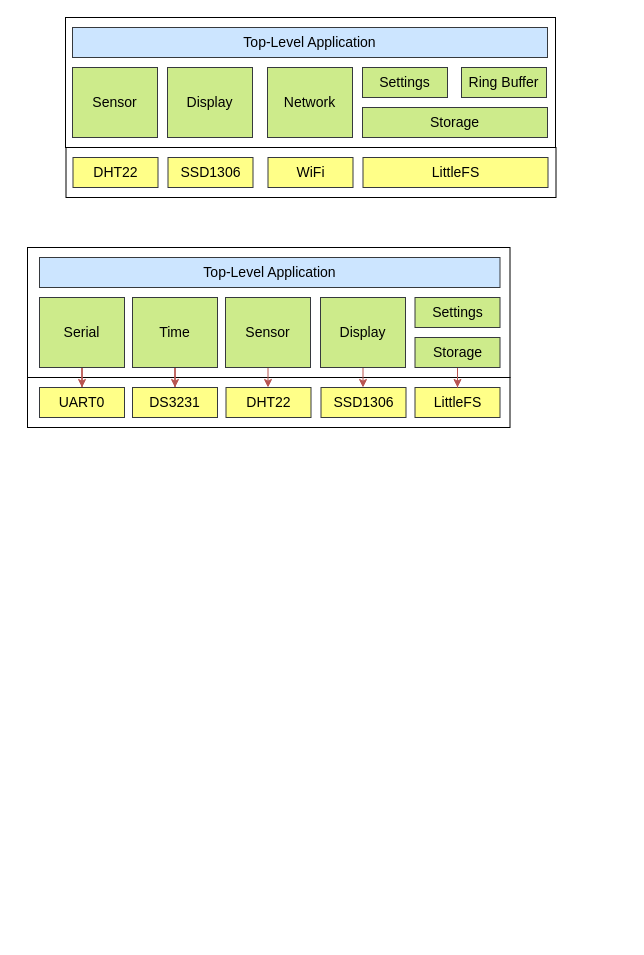
Before: page "firmware-architecture" (2 of 4) of weather-station.drawio in rosmianto/project-weather-station, a draw.io diagram. Source tidied: cells renumbered, new cells numbered last; positions are measured from the earlier drawing's top-left corner, leaving out a move shared by most shapes. Both pictures are drawn from the tidied source at 100%, with x=0, y=0 at pixel (27, 17).
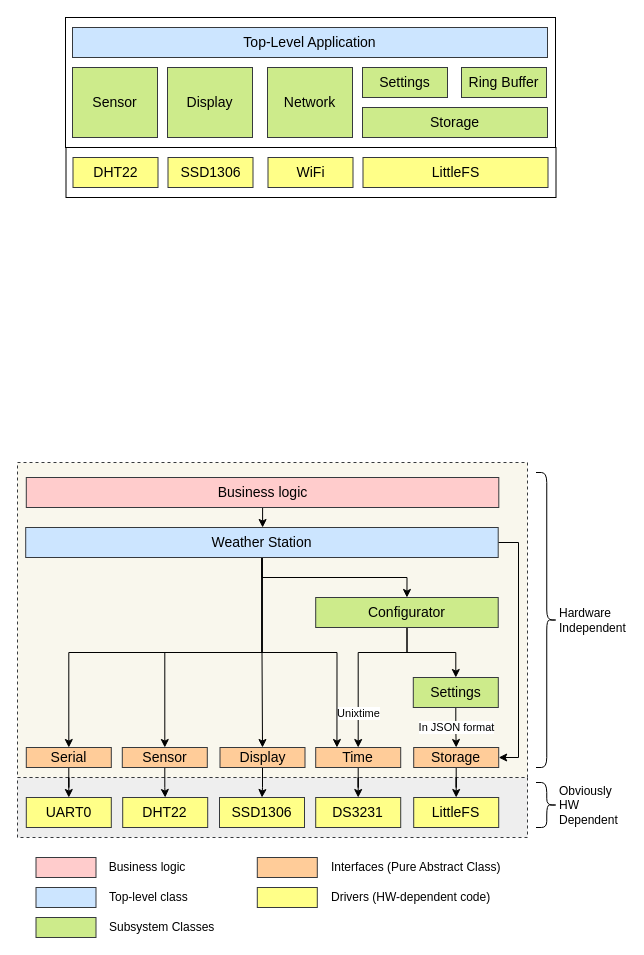
After the change.

The edit, as a diff of the source:
```diff
@@
+    <mxCell id="34" style="rounded=0;whiteSpace=wrap;html=1;dashed=1;fillColor=#eeeeee;strokeColor=#36393d;" parent="1" vertex="1">
+      <mxGeometry x="-10" y="760" width="510" height="60" as="geometry" />
+    </mxCell>
+    <mxCell id="35" style="rounded=0;whiteSpace=wrap;html=1;fillColor=#f9f7ed;dashed=1;strokeColor=#36393d;" parent="1" vertex="1">
+      <mxGeometry x="-10" y="445" width="510" height="315" as="geometry" />
+    </mxCell>
@@
-    <mxCell id="3" style="rounded=0;whiteSpace=wrap;html=1;fillColor=none;" parent="1" vertex="1">
-      <mxGeometry y="360" width="482.5" height="50" as="geometry" />
-    </mxCell>
@@
-    <mxCell id="16" style="rounded=0;whiteSpace=wrap;html=1;fillColor=none;" parent="1" vertex="1">
-      <mxGeometry y="230" width="482.5" height="130" as="geometry" />
-    </mxCell>
     <mxCell id="17" value="DHT22" style="rounded=0;whiteSpace=wrap;html=1;fillColor=#ffff88;strokeColor=#36393d;fontStyle=0;fontSize=14;" parent="1" vertex="1">
-      <mxGeometry x="198.5" y="370" width="85" height="30" as="geometry" />
+      <mxGeometry x="95.2" y="780" width="85" height="30" as="geometry" />
     </mxCell>
     <mxCell id="18" value="LittleFS" style="rounded=0;whiteSpace=wrap;html=1;fillColor=#ffff88;strokeColor=#36393d;fontStyle=0;fontSize=14;" parent="1" vertex="1">
-      <mxGeometry x="387.5" y="370" width="85" height="30" as="geometry" />
+      <mxGeometry x="386.2" y="780" width="85" height="30" as="geometry" />
     </mxCell>
     <mxCell id="19" value="SSD1306" style="rounded=0;whiteSpace=wrap;html=1;fillColor=#ffff88;strokeColor=#36393d;fontStyle=0;fontSize=14;" parent="1" vertex="1">
-      <mxGeometry x="293.5" y="370" width="85" height="30" as="geometry" />
+      <mxGeometry x="192" y="780" width="85" height="30" as="geometry" />
     </mxCell>
-    <mxCell id="20" style="edgeStyle=orthogonalEdgeStyle;rounded=0;jettySize=auto;html=1;entryX=0.5;entryY=0;entryDx=0;entryDy=0;fillColor=#f8cecc;strokeColor=#b85450;" parent="1" edge="1" source="21" target="17">
+    <mxCell id="20" style="edgeStyle=orthogonalEdgeStyle;rounded=0;jettySize=auto;html=1;entryX=0.5;entryY=0;entryDx=0;entryDy=0;fillColor=#f8cecc;strokeColor=#000000;" parent="1" edge="1" source="21" target="17">
       <mxGeometry relative="1" as="geometry" />
     </mxCell>
-    <mxCell id="21" value="Sensor" style="rounded=0;whiteSpace=wrap;html=1;fillColor=#cdeb8b;strokeColor=#36393d;fontStyle=0;fontSize=14;" parent="1" vertex="1">
-      <mxGeometry x="198" y="280" width="85" height="70" as="geometry" />
+    <mxCell id="21" value="Sensor" style="rounded=0;whiteSpace=wrap;html=1;fillColor=#ffcc99;strokeColor=#36393d;fontStyle=0;fontSize=14;" parent="1" vertex="1">
+      <mxGeometry x="94.8" y="730" width="85" height="20" as="geometry" />
     </mxCell>
-    <mxCell id="22" style="edgeStyle=orthogonalEdgeStyle;rounded=0;jettySize=auto;html=1;entryX=0.5;entryY=0;entryDx=0;entryDy=0;fillColor=#f8cecc;strokeColor=#b85450;" parent="1" edge="1" source="23" target="18">
+    <mxCell id="22" style="edgeStyle=orthogonalEdgeStyle;rounded=0;jettySize=auto;html=1;entryX=0.5;entryY=0;entryDx=0;entryDy=0;fillColor=#f8cecc;strokeColor=#000000;" parent="1" edge="1" source="23" target="18">
       <mxGeometry relative="1" as="geometry" />
     </mxCell>
-    <mxCell id="23" value="Storage" style="rounded=0;whiteSpace=wrap;html=1;fillColor=#cdeb8b;strokeColor=#36393d;fontStyle=0;fontSize=14;" parent="1" vertex="1">
-      <mxGeometry x="387.5" y="320" width="85" height="30" as="geometry" />
+    <mxCell id="23" value="Storage" style="rounded=0;whiteSpace=wrap;html=1;fontStyle=0;fontSize=14;fillStyle=solid;fillColor=#ffcc99;strokeColor=#36393d;" parent="1" vertex="1">
+      <mxGeometry x="386.2" y="730" width="85" height="20" as="geometry" />
     </mxCell>
-    <mxCell id="24" style="edgeStyle=orthogonalEdgeStyle;rounded=0;jettySize=auto;html=1;entryX=0.5;entryY=0;entryDx=0;entryDy=0;fillColor=#f8cecc;strokeColor=#b85450;" parent="1" edge="1" source="25" target="19">
+    <mxCell id="24" style="edgeStyle=orthogonalEdgeStyle;rounded=0;jettySize=auto;html=1;entryX=0.5;entryY=0;entryDx=0;entryDy=0;fillColor=#f8cecc;strokeColor=#000000;" parent="1" edge="1" source="25" target="19">
       <mxGeometry relative="1" as="geometry" />
     </mxCell>
-    <mxCell id="25" value="Display" style="rounded=0;whiteSpace=wrap;html=1;fillColor=#cdeb8b;strokeColor=#36393d;fontStyle=0;fontSize=14;" parent="1" vertex="1">
-      <mxGeometry x="293" y="280" width="85" height="70" as="geometry" />
+    <mxCell id="25" value="Display" style="rounded=0;whiteSpace=wrap;html=1;fillColor=#ffcc99;strokeColor=#36393d;fontStyle=0;fontSize=14;" parent="1" vertex="1">
+      <mxGeometry x="192.5" y="730" width="85" height="20" as="geometry" />
     </mxCell>
+    <mxCell id="36" style="edgeStyle=orthogonalEdgeStyle;rounded=0;jettySize=auto;html=1;entryX=0.5;entryY=0;entryDx=0;entryDy=0;" parent="1" edge="1" source="26" target="47">
+      <mxGeometry relative="1" as="geometry" />
+    </mxCell>
-    <mxCell id="26" value="Top-Level Application" style="rounded=0;whiteSpace=wrap;html=1;fillColor=#cce5ff;strokeColor=#36393d;fontStyle=0;fontSize=14;" parent="1" vertex="1">
-      <mxGeometry x="12" y="240" width="460.5" height="30" as="geometry" />
+    <mxCell id="26" value="Business logic" style="rounded=0;whiteSpace=wrap;html=1;fillColor=#ffcccc;strokeColor=#36393d;fontStyle=0;fontSize=14;" parent="1" vertex="1">
+      <mxGeometry x="-1.2" y="460" width="472.5" height="30" as="geometry" />
     </mxCell>
+    <mxCell id="37" value="In JSON format" style="edgeStyle=orthogonalEdgeStyle;rounded=0;jettySize=auto;html=1;entryX=0.5;entryY=0;entryDx=0;entryDy=0;" parent="1" edge="1" source="27" target="23">
+      <mxGeometry relative="1" as="geometry" />
+    </mxCell>
     <mxCell id="27" value="Settings" style="rounded=0;whiteSpace=wrap;html=1;fillColor=#cdeb8b;strokeColor=#36393d;fontStyle=0;fontSize=14;" parent="1" vertex="1">
-      <mxGeometry x="387.5" y="280" width="85" height="30" as="geometry" />
+      <mxGeometry x="385.8" y="660" width="85" height="30" as="geometry" />
     </mxCell>
-    <mxCell id="28" style="edgeStyle=orthogonalEdgeStyle;rounded=0;jettySize=auto;html=1;entryX=0.5;entryY=0;entryDx=0;entryDy=0;fillColor=#f8cecc;strokeColor=#b85450;" parent="1" edge="1" source="29" target="30">
+    <mxCell id="28" style="edgeStyle=orthogonalEdgeStyle;rounded=0;jettySize=auto;html=1;entryX=0.5;entryY=0;entryDx=0;entryDy=0;fillColor=#f8cecc;strokeColor=#000000;" parent="1" edge="1" source="29" target="30">
       <mxGeometry relative="1" as="geometry" />
     </mxCell>
-    <mxCell id="29" value="Time" style="rounded=0;whiteSpace=wrap;html=1;fillColor=#cdeb8b;strokeColor=#36393d;fontStyle=0;fontSize=14;" parent="1" vertex="1">
-      <mxGeometry x="105" y="280" width="85" height="70" as="geometry" />
+    <mxCell id="29" value="Time" style="rounded=0;whiteSpace=wrap;html=1;fontStyle=0;fontSize=14;fillStyle=solid;fillColor=#ffcc99;strokeColor=#36393d;" parent="1" vertex="1">
+      <mxGeometry x="288.2" y="730" width="85" height="20" as="geometry" />
     </mxCell>
     <mxCell id="30" value="DS3231" style="rounded=0;whiteSpace=wrap;html=1;fillColor=#ffff88;strokeColor=#36393d;fontStyle=0;fontSize=14;" parent="1" vertex="1">
-      <mxGeometry x="105" y="370" width="85" height="30" as="geometry" />
+      <mxGeometry x="288.2" y="780" width="85" height="30" as="geometry" />
     </mxCell>
-    <mxCell id="31" style="edgeStyle=orthogonalEdgeStyle;rounded=0;jettySize=auto;html=1;entryX=0.5;entryY=0;entryDx=0;entryDy=0;fillColor=#f8cecc;strokeColor=#b85450;" parent="1" edge="1" source="32" target="33">
+    <mxCell id="31" style="edgeStyle=orthogonalEdgeStyle;rounded=0;jettySize=auto;html=1;entryX=0.5;entryY=0;entryDx=0;entryDy=0;fillColor=#f8cecc;strokeColor=#000000;" parent="1" edge="1" source="32" target="33">
       <mxGeometry relative="1" as="geometry" />
     </mxCell>
-    <mxCell id="32" value="Serial" style="rounded=0;whiteSpace=wrap;html=1;fillColor=#cdeb8b;strokeColor=#36393d;fontStyle=0;fontSize=14;" parent="1" vertex="1">
-      <mxGeometry x="12" y="280" width="85" height="70" as="geometry" />
+    <mxCell id="32" value="Serial" style="rounded=0;whiteSpace=wrap;html=1;fillColor=#ffcc99;strokeColor=#36393d;fontStyle=0;fontSize=14;" parent="1" vertex="1">
+      <mxGeometry x="-1.2" y="730" width="85" height="20" as="geometry" />
     </mxCell>
     <mxCell id="33" value="UART0" style="rounded=0;whiteSpace=wrap;html=1;fillColor=#ffff88;strokeColor=#36393d;fontStyle=0;fontSize=14;" parent="1" vertex="1">
-      <mxGeometry x="12" y="370" width="85" height="30" as="geometry" />
+      <mxGeometry x="-1.2" y="780" width="85" height="30" as="geometry" />
     </mxCell>
+    <mxCell id="38" style="edgeStyle=orthogonalEdgeStyle;rounded=0;jettySize=auto;html=1;" parent="1" edge="1" source="40" target="27">
+      <mxGeometry relative="1" as="geometry" />
+    </mxCell>
+    <mxCell id="39" value="Unixtime" style="edgeStyle=orthogonalEdgeStyle;rounded=0;jettySize=auto;html=1;entryX=0.5;entryY=0;entryDx=0;entryDy=0;" parent="1" edge="1" source="40" target="29">
+      <mxGeometry x="0.6" relative="1" as="geometry">
+        <Array as="points">
+          <mxPoint x="380" y="635" />
+          <mxPoint x="331" y="635" />
+        </Array>
+      </mxGeometry>
+    </mxCell>
+    <mxCell id="40" value="Configurator" style="rounded=0;whiteSpace=wrap;html=1;fillColor=#cdeb8b;strokeColor=#36393d;fontStyle=0;fontSize=14;" parent="1" vertex="1">
+      <mxGeometry x="288.2" y="580" width="182.5" height="30" as="geometry" />
+    </mxCell>
+    <mxCell id="41" style="edgeStyle=orthogonalEdgeStyle;rounded=0;jettySize=auto;html=1;entryX=0.5;entryY=0;entryDx=0;entryDy=0;" parent="1" edge="1" source="47" target="40">
+      <mxGeometry relative="1" as="geometry" />
+    </mxCell>
+    <mxCell id="42" style="edgeStyle=orthogonalEdgeStyle;rounded=0;jettySize=auto;html=1;entryX=0.5;entryY=0;entryDx=0;entryDy=0;" parent="1" edge="1" source="47" target="32">
+      <mxGeometry relative="1" as="geometry" />
+    </mxCell>
+    <mxCell id="43" style="edgeStyle=orthogonalEdgeStyle;rounded=0;jettySize=auto;html=1;entryX=0.5;entryY=0;entryDx=0;entryDy=0;" parent="1" edge="1" source="47" target="21">
+      <mxGeometry relative="1" as="geometry" />
+    </mxCell>
+    <mxCell id="44" style="edgeStyle=orthogonalEdgeStyle;rounded=0;jettySize=auto;html=1;entryX=0.25;entryY=0;entryDx=0;entryDy=0;" parent="1" edge="1" source="47" target="29">
+      <mxGeometry relative="1" as="geometry" />
+    </mxCell>
+    <mxCell id="45" style="edgeStyle=orthogonalEdgeStyle;rounded=0;jettySize=auto;html=1;entryX=0.5;entryY=0;entryDx=0;entryDy=0;" parent="1" edge="1" source="47" target="25">
+      <mxGeometry relative="1" as="geometry" />
+    </mxCell>
+    <mxCell id="46" style="edgeStyle=orthogonalEdgeStyle;rounded=0;jettySize=auto;html=1;entryX=1;entryY=0.5;entryDx=0;entryDy=0;" parent="1" edge="1" source="47" target="23">
+      <mxGeometry relative="1" as="geometry">
+        <Array as="points">
+          <mxPoint x="491" y="525" />
+          <mxPoint x="491" y="740" />
+        </Array>
+      </mxGeometry>
+    </mxCell>
+    <mxCell id="47" value="Weather Station" style="rounded=0;whiteSpace=wrap;html=1;fillColor=#cce5ff;strokeColor=#36393d;fontStyle=0;fontSize=14;" parent="1" vertex="1">
+      <mxGeometry x="-1.8" y="510" width="472.5" height="30" as="geometry" />
+    </mxCell>
+    <mxCell id="48" value="Hardware Independent" style="shape=curlyBracket;whiteSpace=wrap;html=1;rounded=1;flipH=1;labelPosition=right;verticalLabelPosition=middle;align=left;verticalAlign=middle;" parent="1" vertex="1">
+      <mxGeometry x="508.5" y="455" width="21.5" height="295" as="geometry" />
+    </mxCell>
+    <mxCell id="49" value="Obviously HW Dependent" style="shape=curlyBracket;whiteSpace=wrap;html=1;rounded=1;flipH=1;labelPosition=right;verticalLabelPosition=middle;align=left;verticalAlign=middle;" parent="1" vertex="1">
+      <mxGeometry x="508.5" y="765" width="21.5" height="45" as="geometry" />
+    </mxCell>
+    <mxCell id="50" style="rounded=0;whiteSpace=wrap;html=1;fillColor=#ffcccc;strokeColor=#36393d;fontStyle=0;fontSize=14;" parent="1" vertex="1">
+      <mxGeometry x="8.5" y="840" width="60" height="20" as="geometry" />
+    </mxCell>
+    <mxCell id="51" value="Business logic" style="text;html=1;strokeColor=none;fillColor=none;align=center;verticalAlign=middle;whiteSpace=wrap;rounded=0;" parent="1" vertex="1">
+      <mxGeometry x="80.2" y="840" width="80" height="20" as="geometry" />
+    </mxCell>
+    <mxCell id="52" style="rounded=0;whiteSpace=wrap;html=1;fillColor=#cce5ff;strokeColor=#36393d;fontStyle=0;fontSize=14;" parent="1" vertex="1">
+      <mxGeometry x="8.5" y="870" width="60" height="20" as="geometry" />
+    </mxCell>
+    <mxCell id="53" value="Top-level class" style="text;html=1;strokeColor=none;fillColor=none;align=left;verticalAlign=middle;whiteSpace=wrap;rounded=0;" parent="1" vertex="1">
+      <mxGeometry x="80.2" y="870" width="110" height="20" as="geometry" />
+    </mxCell>
+    <mxCell id="54" style="rounded=0;whiteSpace=wrap;html=1;fillColor=#cdeb8b;strokeColor=#36393d;fontStyle=0;fontSize=14;" parent="1" vertex="1">
+      <mxGeometry x="8.5" y="900" width="60" height="20" as="geometry" />
+    </mxCell>
+    <mxCell id="55" value="Subsystem Classes" style="text;html=1;strokeColor=none;fillColor=none;align=left;verticalAlign=middle;whiteSpace=wrap;rounded=0;" parent="1" vertex="1">
+      <mxGeometry x="80.2" y="900" width="110" height="20" as="geometry" />
+    </mxCell>
+    <mxCell id="56" style="rounded=0;whiteSpace=wrap;html=1;fillColor=#ffcc99;strokeColor=#36393d;fontStyle=0;fontSize=14;" parent="1" vertex="1">
+      <mxGeometry x="229.8" y="840" width="60" height="20" as="geometry" />
+    </mxCell>
+    <mxCell id="57" value="Interfaces (Pure Abstract Class)" style="text;html=1;strokeColor=none;fillColor=none;align=left;verticalAlign=middle;whiteSpace=wrap;rounded=0;" parent="1" vertex="1">
+      <mxGeometry x="301.5" y="840" width="180" height="20" as="geometry" />
+    </mxCell>
+    <mxCell id="58" style="rounded=0;whiteSpace=wrap;html=1;fillColor=#ffff88;strokeColor=#36393d;fontStyle=0;fontSize=14;" parent="1" vertex="1">
+      <mxGeometry x="229.8" y="870" width="60" height="20" as="geometry" />
+    </mxCell>
+    <mxCell id="59" value="Drivers (HW-dependent code)" style="text;html=1;strokeColor=none;fillColor=none;align=left;verticalAlign=middle;whiteSpace=wrap;rounded=0;" parent="1" vertex="1">
+      <mxGeometry x="301.5" y="870" width="180" height="20" as="geometry" />
+    </mxCell>
```
